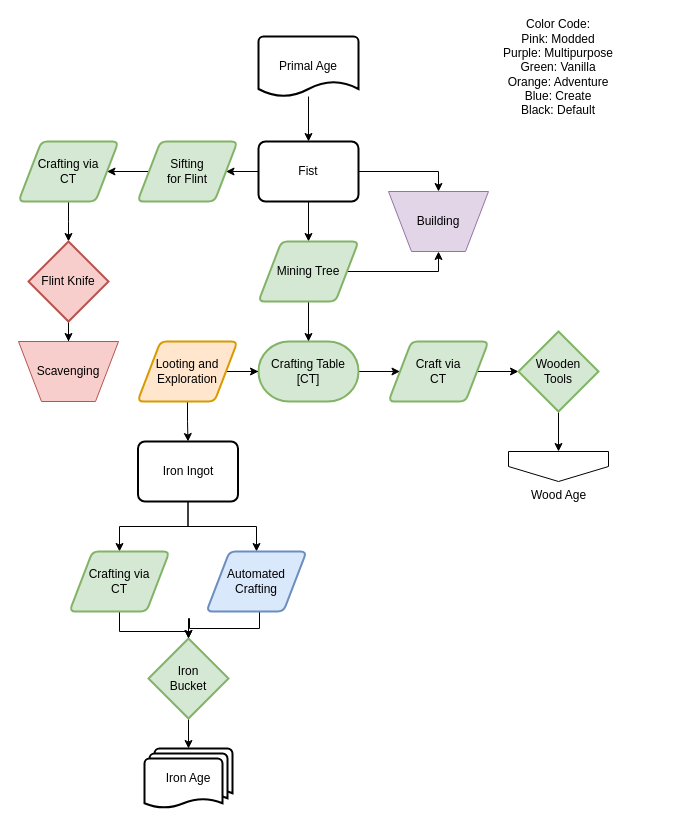
Before: page "Example" (2 of 7) of flowcharts/progression.drawio in MeepishRealms/Cog, a draw.io diagram. Source tidied: cells renumbered, new cells numbered last; positions are measured from the earlier drawing's top-left corner, leaving out a move shared by most shapes. Both pictures are drawn from the tidied source at 100%, with x=0, y=0 at pixel (18, 36).
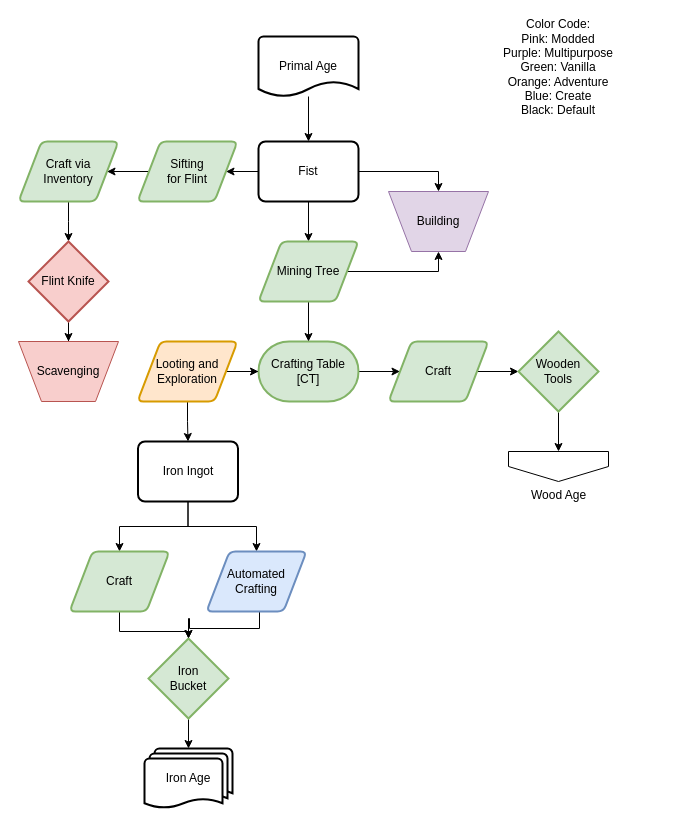
The same page after the edit.

Diff of the diagram source:
```diff
@@
-    <mxCell id="20" value="Craft via&lt;br&gt;CT" style="shape=parallelogram;html=1;strokeWidth=2;perimeter=parallelogramPerimeter;whiteSpace=wrap;rounded=1;arcSize=12;size=0.23;fillColor=#d5e8d4;strokeColor=#82b366;" parent="1" vertex="1">
+    <mxCell id="20" value="Craft" style="shape=parallelogram;html=1;strokeWidth=2;perimeter=parallelogramPerimeter;whiteSpace=wrap;rounded=1;arcSize=12;size=0.23;fillColor=#d5e8d4;strokeColor=#82b366;" parent="1" vertex="1">
       <mxGeometry x="370" y="305" width="100" height="60" as="geometry" />
     </mxCell>
@@
-    <mxCell id="27" value="Crafting via&lt;br&gt;CT" style="shape=parallelogram;html=1;strokeWidth=2;perimeter=parallelogramPerimeter;whiteSpace=wrap;rounded=1;arcSize=12;size=0.23;fillColor=#d5e8d4;strokeColor=#82b366;" parent="1" vertex="1">
+    <mxCell id="27" value="Craft" style="shape=parallelogram;html=1;strokeWidth=2;perimeter=parallelogramPerimeter;whiteSpace=wrap;rounded=1;arcSize=12;size=0.23;fillColor=#d5e8d4;strokeColor=#82b366;" parent="1" vertex="1">
       <mxGeometry x="51" y="515" width="100" height="60" as="geometry" />
     </mxCell>
@@
-    <mxCell id="34" value="Crafting via&lt;br&gt;CT" style="shape=parallelogram;html=1;strokeWidth=2;perimeter=parallelogramPerimeter;whiteSpace=wrap;rounded=1;arcSize=12;size=0.23;fillColor=#d5e8d4;strokeColor=#82b366;" parent="1" vertex="1">
+    <mxCell id="34" value="Craft via&lt;br&gt;Inventory" style="shape=parallelogram;html=1;strokeWidth=2;perimeter=parallelogramPerimeter;whiteSpace=wrap;rounded=1;arcSize=12;size=0.23;fillColor=#d5e8d4;strokeColor=#82b366;" parent="1" vertex="1">
       <mxGeometry y="105" width="100" height="60" as="geometry" />
     </mxCell>
```
